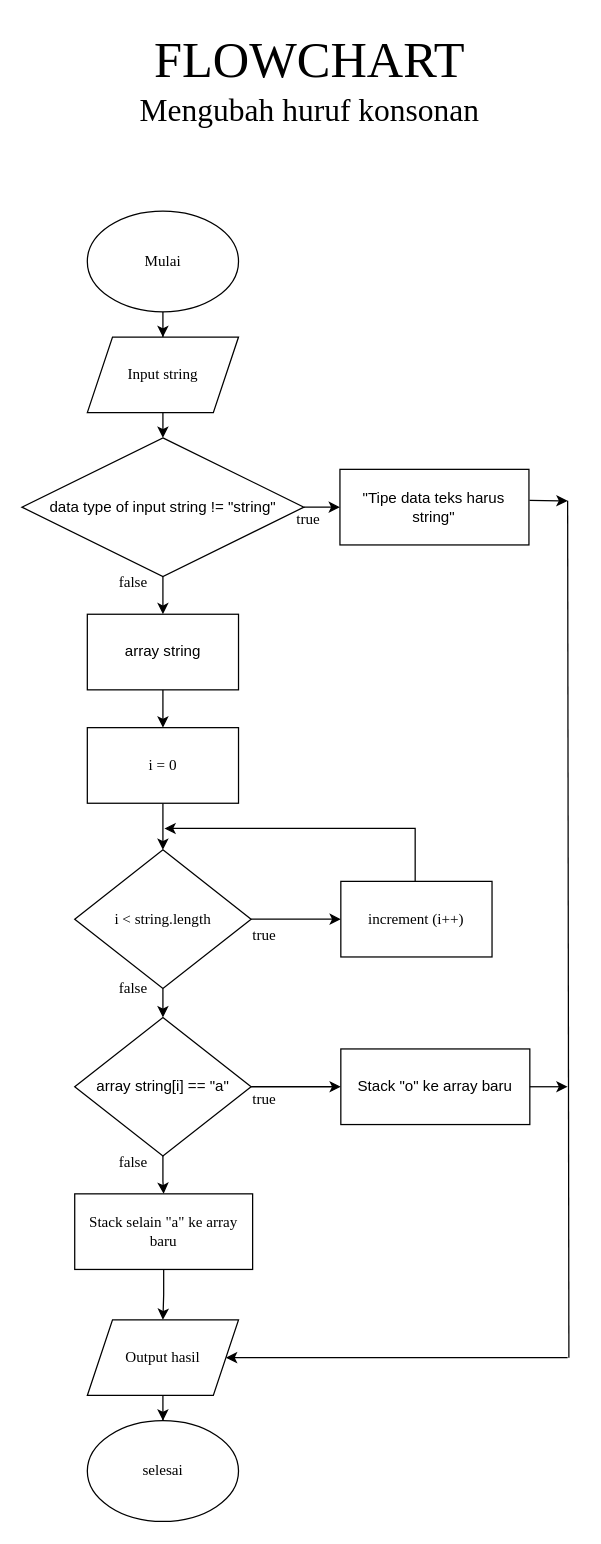
Before: week2/Algoritma Dasar, Flowchart/dataFlowchart/task1B.drawio in ryanagungsamudra/fazztrack, a draw.io diagram. Source tidied: cells renumbered, new cells numbered last; positions are measured from the earlier drawing's top-left corner, leaving out a move shared by most shapes. Both pictures are drawn from the tidied source at 126%, with x=0, y=0 at pixel (21, 21).
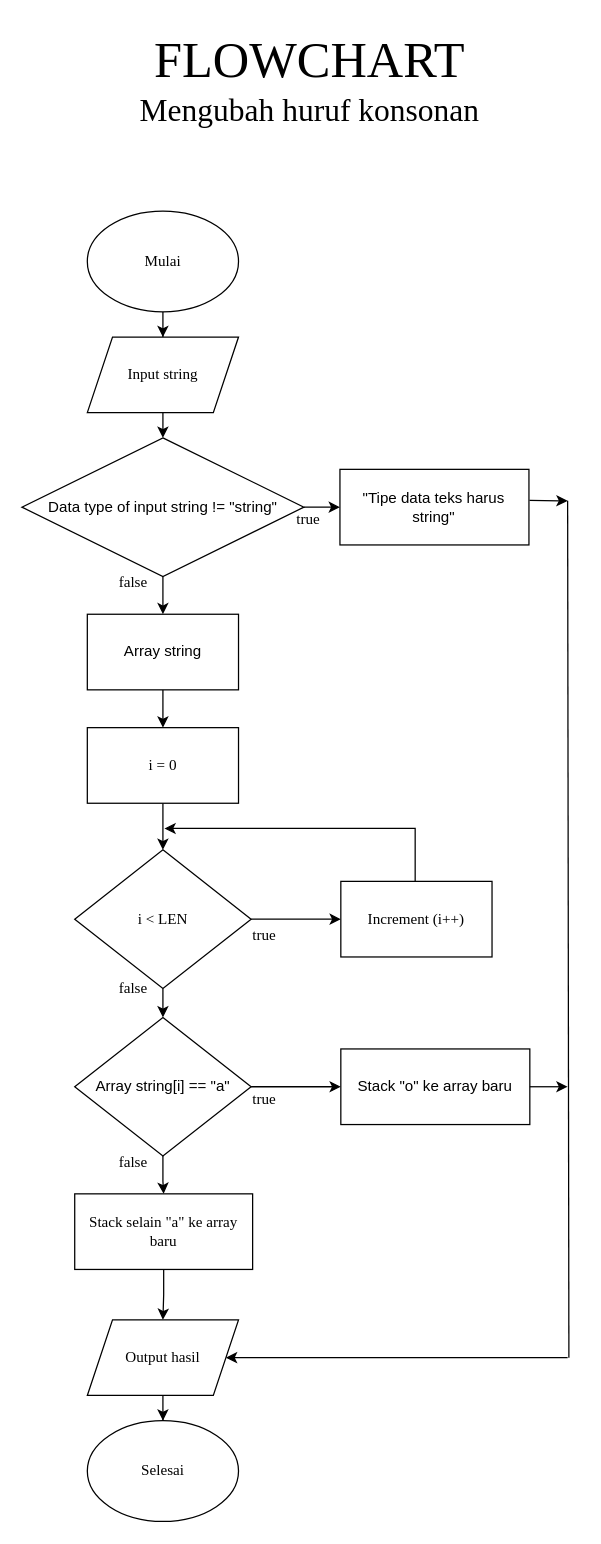
After the change.

Change to the diagram source:
```diff
@@
-    <mxCell id="16" value="selesai" style="ellipse;whiteSpace=wrap;html=1;fontFamily=Times New Roman;fontStyle=0;" parent="1" vertex="1">
+    <mxCell id="16" value="Selesai" style="ellipse;whiteSpace=wrap;html=1;fontFamily=Times New Roman;fontStyle=0;" parent="1" vertex="1">
       <mxGeometry x="51.8" y="1110" width="120" height="80" as="geometry" />
     </mxCell>
@@
-    <mxCell id="21" value="increment (i++)" style="rounded=0;whiteSpace=wrap;html=1;strokeColor=default;fontFamily=Times New Roman;fontStyle=0;" parent="1" vertex="1">
+    <mxCell id="21" value="Increment (i++)" style="rounded=0;whiteSpace=wrap;html=1;strokeColor=default;fontFamily=Times New Roman;fontStyle=0;" parent="1" vertex="1">
       <mxGeometry x="253" y="682" width="120" height="60" as="geometry" />
     </mxCell>
@@
-    <mxCell id="26" value="array string" style="rounded=0;whiteSpace=wrap;html=1;" parent="1" vertex="1">
+    <mxCell id="26" value="Array string" style="rounded=0;whiteSpace=wrap;html=1;" parent="1" vertex="1">
       <mxGeometry x="51.8" y="470" width="120" height="60" as="geometry" />
     </mxCell>
@@
-    <mxCell id="29" value="array string[i] == &quot;a&quot;" style="rhombus;whiteSpace=wrap;html=1;" parent="1" vertex="1">
+    <mxCell id="29" value="Array string[i] == &quot;a&quot;" style="rhombus;whiteSpace=wrap;html=1;" parent="1" vertex="1">
       <mxGeometry x="41.8" y="790" width="140" height="110" as="geometry" />
     </mxCell>
@@
-    <mxCell id="35" value="&lt;span style=&quot;font-family: &amp;quot;Times New Roman&amp;quot;;&quot;&gt;i &amp;lt; string.length&lt;/span&gt;" style="rhombus;whiteSpace=wrap;html=1;" parent="1" vertex="1">
+    <mxCell id="35" value="&lt;span style=&quot;font-family: &amp;quot;Times New Roman&amp;quot;;&quot;&gt;i &amp;lt; LEN&lt;/span&gt;" style="rhombus;whiteSpace=wrap;html=1;" parent="1" vertex="1">
       <mxGeometry x="41.8" y="657" width="140" height="110" as="geometry" />
     </mxCell>
@@
-    <mxCell id="38" value="data type of input string != &quot;string&quot;" style="rhombus;whiteSpace=wrap;html=1;" parent="1" vertex="1">
+    <mxCell id="38" value="Data type of input string != &quot;string&quot;" style="rhombus;whiteSpace=wrap;html=1;" parent="1" vertex="1">
       <mxGeometry x="-0.1" y="330" width="223.8" height="110" as="geometry" />
     </mxCell>
```
